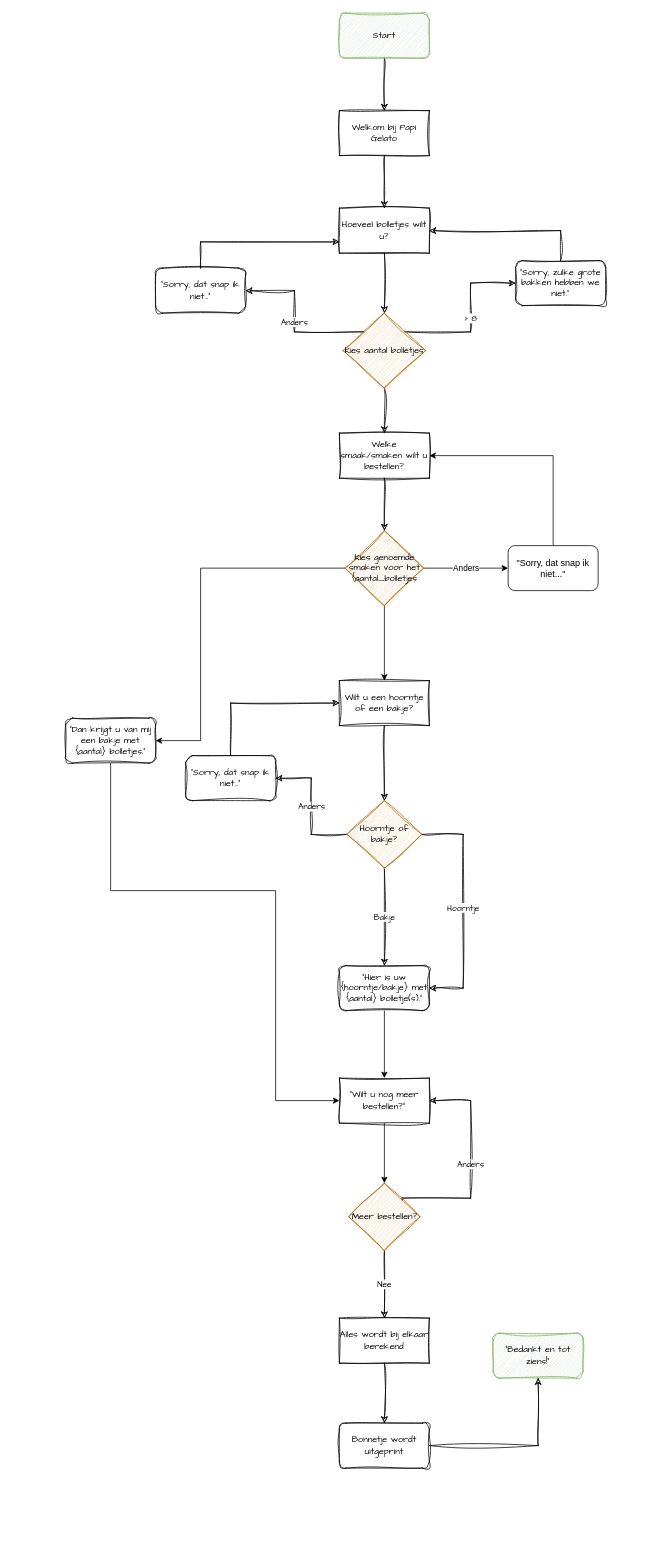
Before: module 3/Proef/Proef - Diagram.drawio in SummerDallison/leren-programmeren, a draw.io diagram. Source tidied: cells renumbered, new cells numbered last; positions are measured from the earlier drawing's top-left corner, leaving out a move shared by most shapes. Both pictures are drawn from the tidied source at 75%, with x=0, y=0 at pixel (65, 13).
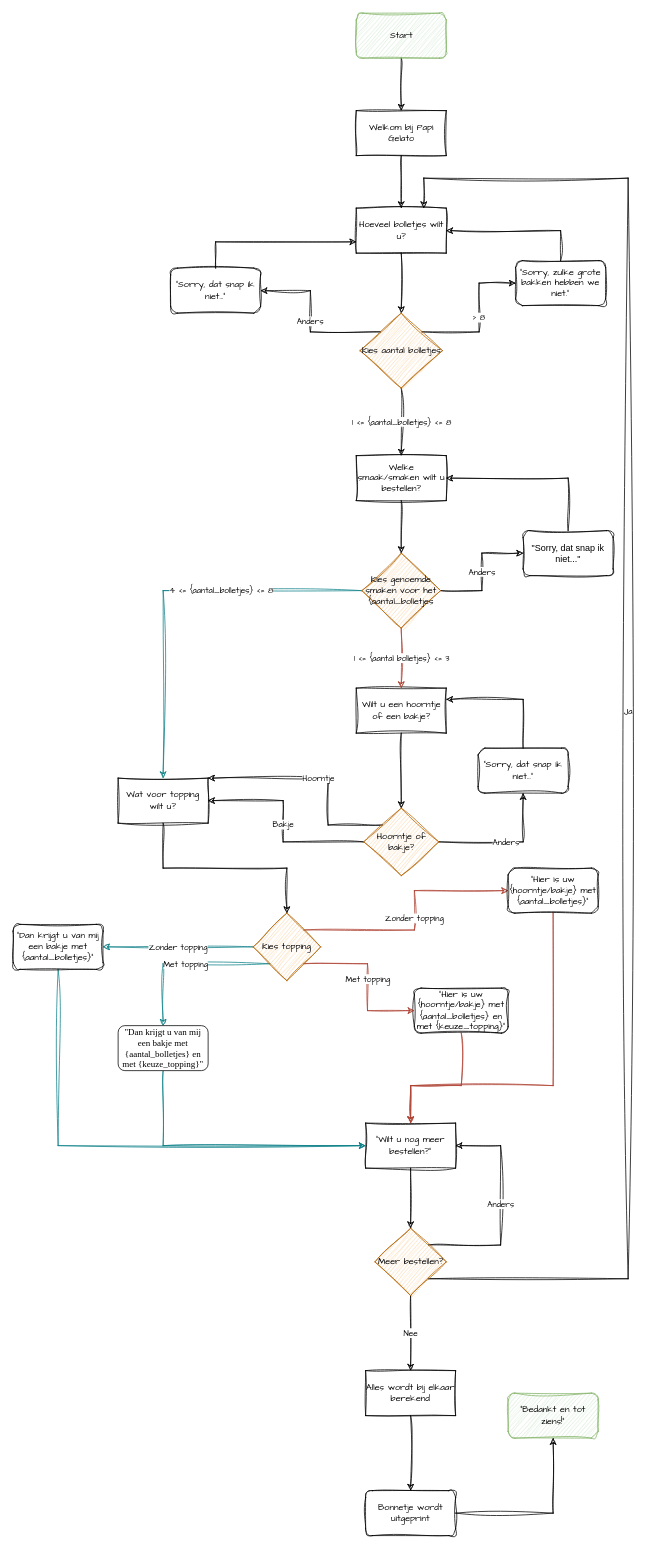
Above is the later version.

Commit message:
Bijgewerkt (feature #03)

The edit, as a diff of the source:
```diff
@@
     <mxCell id="3" value="Start" style="rounded=1;whiteSpace=wrap;html=1;fillColor=#d5e8d4;strokeColor=#82b366;sketch=1;curveFitting=1;jiggle=2;fontFamily=Comic Sans MS;" parent="1" vertex="1">
-      <mxGeometry x="365" width="120" height="60" as="geometry" />
+      <mxGeometry x="387.5" width="120" height="60" as="geometry" />
     </mxCell>
@@
     <mxCell id="5" value="Welkom bij Papi Gelato" style="rounded=0;whiteSpace=wrap;html=1;fillColor=none;sketch=1;curveFitting=1;jiggle=2;fontFamily=Comic Sans MS;" parent="1" vertex="1">
-      <mxGeometry x="365" y="130" width="120" height="60" as="geometry" />
+      <mxGeometry x="387.5" y="130" width="120" height="60" as="geometry" />
     </mxCell>
@@
     <mxCell id="7" value="Hoeveel bolletjes wilt u?" style="rounded=0;whiteSpace=wrap;html=1;fillColor=none;sketch=1;curveFitting=1;jiggle=2;fontFamily=Comic Sans MS;" parent="1" vertex="1">
-      <mxGeometry x="365" y="260" width="120" height="60" as="geometry" />
+      <mxGeometry x="387.5" y="260" width="120" height="60" as="geometry" />
     </mxCell>
@@
-    <mxCell id="10" style="edgeStyle=orthogonalEdgeStyle;rounded=0;jettySize=auto;html=1;exitX=0.5;exitY=1;exitDx=0;exitDy=0;entryX=0.5;entryY=0;entryDx=0;entryDy=0;fillColor=none;sketch=1;curveFitting=1;jiggle=2;" parent="1" edge="1" source="11" target="39">
+    <mxCell id="10" value="1 &amp;lt;= {aantal_bolletjes} &amp;lt;= 8" style="edgeStyle=orthogonalEdgeStyle;rounded=0;jettySize=auto;html=1;exitX=0.5;exitY=1;exitDx=0;exitDy=0;entryX=0.5;entryY=0;entryDx=0;entryDy=0;fillColor=none;sketch=1;curveFitting=1;jiggle=2;fontFamily=Comic Sans MS;" parent="1" edge="1" source="11" target="39">
       <mxGeometry relative="1" as="geometry" />
     </mxCell>
     <mxCell id="11" value="Kies aantal bolletjes" style="rhombus;whiteSpace=wrap;html=1;fillColor=#fad7ac;sketch=1;curveFitting=1;jiggle=2;strokeColor=#b46504;fontFamily=Comic Sans MS;" parent="1" vertex="1">
-      <mxGeometry x="370" y="400" width="110" height="100" as="geometry" />
+      <mxGeometry x="392.5" y="400" width="110" height="100" as="geometry" />
     </mxCell>
@@
     <mxCell id="13" value="Wilt u een hoorntje of een bakje?" style="rounded=0;whiteSpace=wrap;html=1;fillColor=none;sketch=1;curveFitting=1;jiggle=2;fontFamily=Comic Sans MS;" parent="1" vertex="1">
-      <mxGeometry x="365" y="890" width="120" height="60" as="geometry" />
+      <mxGeometry x="387.5" y="900" width="120" height="60" as="geometry" />
     </mxCell>
+    <mxCell id="16" value="Anders" style="edgeStyle=orthogonalEdgeStyle;rounded=0;jettySize=auto;html=1;exitX=1;exitY=0.5;exitDx=0;exitDy=0;entryX=0.5;entryY=1;entryDx=0;entryDy=0;fontFamily=Comic Sans MS;sketch=1;curveFitting=1;jiggle=2;" parent="1" edge="1" source="17" target="27">
+      <mxGeometry relative="1" as="geometry" />
+    </mxCell>
+    <mxCell id="15" value="Hoorntje" style="edgeStyle=orthogonalEdgeStyle;rounded=0;jettySize=auto;html=1;exitX=0;exitY=0;exitDx=0;exitDy=0;entryX=1;entryY=0;entryDx=0;entryDy=0;fontFamily=Comic Sans MS;sketch=1;curveFitting=1;jiggle=2;" parent="1" edge="1" source="17" target="49">
+      <mxGeometry relative="1" as="geometry">
+        <Array as="points">
+          <mxPoint x="350" y="1083" />
+          <mxPoint x="350" y="1020" />
+        </Array>
+      </mxGeometry>
+    </mxCell>
-    <mxCell id="14" value="Bakje" style="edgeStyle=orthogonalEdgeStyle;rounded=0;jettySize=auto;html=1;exitX=0.5;exitY=1;exitDx=0;exitDy=0;entryX=0.5;entryY=0;entryDx=0;entryDy=0;fontFamily=Comic Sans MS;sketch=1;curveFitting=1;jiggle=2;" parent="1" edge="1" source="17" target="25">
-      <mxGeometry relative="1" as="geometry" />
+    <mxCell id="14" value="Bakje" style="edgeStyle=orthogonalEdgeStyle;rounded=0;jettySize=auto;html=1;exitX=0;exitY=0.5;exitDx=0;exitDy=0;entryX=1;entryY=0.5;entryDx=0;entryDy=0;fontFamily=Comic Sans MS;sketch=1;curveFitting=1;jiggle=2;" parent="1" edge="1" source="17" target="49">
+      <mxGeometry relative="1" as="geometry">
+        <Array as="points">
+          <mxPoint x="290" y="1105" />
+          <mxPoint x="290" y="1050" />
+        </Array>
+      </mxGeometry>
     </mxCell>
-    <mxCell id="15" value="Hoorntje" style="edgeStyle=orthogonalEdgeStyle;rounded=0;jettySize=auto;html=1;exitX=1;exitY=0.5;exitDx=0;exitDy=0;entryX=1;entryY=0.5;entryDx=0;entryDy=0;sketch=1;curveFitting=1;jiggle=2;fontFamily=Comic Sans MS;" parent="1" edge="1" source="17" target="25">
-      <mxGeometry relative="1" as="geometry">
-        <Array as="points">
-          <mxPoint x="530" y="1095" />
-          <mxPoint x="530" y="1300" />
-        </Array>
-      </mxGeometry>
-    </mxCell>
-    <mxCell id="16" value="Anders" style="edgeStyle=orthogonalEdgeStyle;rounded=0;jettySize=auto;html=1;exitX=0;exitY=0.5;exitDx=0;exitDy=0;entryX=1;entryY=0.5;entryDx=0;entryDy=0;sketch=1;curveFitting=1;jiggle=2;fontFamily=Comic Sans MS;" parent="1" edge="1" source="17" target="27">
-      <mxGeometry relative="1" as="geometry" />
-    </mxCell>
     <mxCell id="17" value="Hoorntje of bakje?" style="rhombus;whiteSpace=wrap;html=1;fillColor=#fad7ac;sketch=1;curveFitting=1;jiggle=2;fontFamily=Comic Sans MS;strokeColor=#b46504;" parent="1" vertex="1">
-      <mxGeometry x="375" y="1050" width="100" height="90" as="geometry" />
+      <mxGeometry x="397.5" y="1060" width="100" height="90" as="geometry" />
     </mxCell>
-    <mxCell id="18" style="edgeStyle=orthogonalEdgeStyle;rounded=0;jettySize=auto;html=1;exitX=0.5;exitY=1;exitDx=0;exitDy=0;entryX=0;entryY=0.5;entryDx=0;entryDy=0;" parent="1" edge="1" source="19" target="33">
-      <mxGeometry relative="1" as="geometry">
-        <Array as="points">
-          <mxPoint x="60" y="1170" />
-          <mxPoint x="280" y="1170" />
-          <mxPoint x="280" y="1450" />
-        </Array>
-      </mxGeometry>
-    </mxCell>
-    <mxCell id="19" value="&quot;Dan krijgt u van mij een bakje met {aantal} bolletjes.&quot;" style="rounded=1;whiteSpace=wrap;html=1;sketch=1;curveFitting=1;jiggle=2;fillColor=none;fontFamily=Comic Sans MS;" parent="1" vertex="1">
-      <mxGeometry y="940" width="120" height="60" as="geometry" />
-    </mxCell>
@@
     <mxCell id="23" value="&quot;Sorry, dat snap ik niet...&quot;" style="rounded=1;whiteSpace=wrap;html=1;fontFamily=Comic Sans MS;fillColor=none;sketch=1;curveFitting=1;jiggle=2;" parent="1" vertex="1">
-      <mxGeometry x="120" y="340" width="120" height="60" as="geometry" />
+      <mxGeometry x="140" y="340" width="120" height="60" as="geometry" />
     </mxCell>
-    <mxCell id="24" style="edgeStyle=orthogonalEdgeStyle;rounded=0;jettySize=auto;html=1;exitX=0.5;exitY=1;exitDx=0;exitDy=0;entryX=0.5;entryY=0;entryDx=0;entryDy=0;" parent="1" edge="1" source="25" target="33">
-      <mxGeometry relative="1" as="geometry" />
+    <mxCell id="24" style="edgeStyle=orthogonalEdgeStyle;rounded=0;jettySize=auto;html=1;exitX=0.5;exitY=1;exitDx=0;exitDy=0;entryX=0.5;entryY=0;entryDx=0;entryDy=0;fillColor=#fad9d5;strokeColor=#ae4132;sketch=1;curveFitting=1;jiggle=2;" parent="1" edge="1" source="25" target="33">
+      <mxGeometry relative="1" as="geometry">
+        <Array as="points">
+          <mxPoint x="528" y="1430" />
+          <mxPoint x="460" y="1430" />
+        </Array>
+      </mxGeometry>
     </mxCell>
-    <mxCell id="25" value="&quot;Hier is uw {hoorntje/bakje} met {aantal} bolletje(s).&quot;" style="rounded=1;whiteSpace=wrap;html=1;fillColor=none;sketch=1;curveFitting=1;jiggle=2;fontFamily=Comic Sans MS;" parent="1" vertex="1">
-      <mxGeometry x="365" y="1270" width="120" height="60" as="geometry" />
+    <mxCell id="25" value="&quot;Hier is uw {hoorntje/bakje} met {aantal_bolletjes} en met {keuze_topping}&quot;" style="rounded=1;whiteSpace=wrap;html=1;fillColor=none;sketch=1;curveFitting=1;jiggle=2;fontFamily=Comic Sans MS;" parent="1" vertex="1">
+      <mxGeometry x="465" y="1300" width="125" height="60" as="geometry" />
     </mxCell>
-    <mxCell id="26" style="edgeStyle=orthogonalEdgeStyle;rounded=0;jettySize=auto;html=1;exitX=0.5;exitY=0;exitDx=0;exitDy=0;entryX=0;entryY=0.5;entryDx=0;entryDy=0;sketch=1;curveFitting=1;jiggle=2;" parent="1" edge="1" source="27" target="13">
+    <mxCell id="26" style="edgeStyle=orthogonalEdgeStyle;rounded=0;jettySize=auto;html=1;exitX=0.5;exitY=0;exitDx=0;exitDy=0;entryX=1;entryY=0.25;entryDx=0;entryDy=0;sketch=1;curveFitting=1;jiggle=2;" parent="1" edge="1" source="27" target="13">
       <mxGeometry relative="1" as="geometry" />
     </mxCell>
     <mxCell id="27" value="&quot;Sorry, dat snap ik niet...&quot;" style="rounded=1;whiteSpace=wrap;html=1;fillColor=none;sketch=1;curveFitting=1;jiggle=2;fontFamily=Comic Sans MS;" parent="1" vertex="1">
-      <mxGeometry x="160" y="990" width="120" height="60" as="geometry" />
+      <mxGeometry x="550" y="980" width="120" height="60" as="geometry" />
     </mxCell>
     <mxCell id="28" value="Anders" style="edgeStyle=orthogonalEdgeStyle;rounded=0;jettySize=auto;html=1;exitX=1;exitY=0;exitDx=0;exitDy=0;entryX=1;entryY=0.5;entryDx=0;entryDy=0;sketch=1;curveFitting=1;jiggle=2;fontFamily=Comic Sans MS;" parent="1" edge="1" source="30" target="33">
-      <mxGeometry relative="1" as="geometry">
+      <mxGeometry x="0.04" relative="1" as="geometry">
         <Array as="points">
-          <mxPoint x="449" y="1580" />
-          <mxPoint x="540" y="1580" />
-          <mxPoint x="540" y="1450" />
+          <mxPoint x="580" y="1643" />
+          <mxPoint x="580" y="1510" />
         </Array>
+        <mxPoint y="-1" as="offset" />
       </mxGeometry>
     </mxCell>
@@
+    <mxCell id="46" value="Ja" style="edgeStyle=orthogonalEdgeStyle;rounded=0;jettySize=auto;html=1;exitX=1;exitY=1;exitDx=0;exitDy=0;entryX=0.75;entryY=0;entryDx=0;entryDy=0;sketch=1;curveFitting=1;jiggle=2;fontFamily=Comic Sans MS;" parent="1" edge="1" source="30" target="7">
+      <mxGeometry relative="1" as="geometry">
+        <Array as="points">
+          <mxPoint x="750" y="1688" />
+          <mxPoint x="750" y="220" />
+          <mxPoint x="478" y="220" />
+        </Array>
+      </mxGeometry>
+    </mxCell>
     <mxCell id="30" value="Meer bestellen?" style="rhombus;whiteSpace=wrap;html=1;fontFamily=Comic Sans MS;fillColor=#fad7ac;strokeColor=#b46504;shadow=0;rounded=0;sketch=1;curveFitting=1;jiggle=2;" parent="1" vertex="1">
-      <mxGeometry x="377.5" y="1560" width="95" height="90" as="geometry" />
+      <mxGeometry x="412.5" y="1620" width="95" height="90" as="geometry" />
     </mxCell>
     <mxCell id="31" value="&quot;Bedankt en tot ziens!&quot;" style="rounded=1;whiteSpace=wrap;html=1;fillColor=#d5e8d4;fontFamily=Comic Sans MS;strokeColor=#82b366;sketch=1;curveFitting=1;jiggle=2;" parent="1" vertex="1">
-      <mxGeometry x="570" y="1760" width="120" height="60" as="geometry" />
+      <mxGeometry x="590" y="1840" width="120" height="60" as="geometry" />
     </mxCell>
-    <mxCell id="32" style="edgeStyle=orthogonalEdgeStyle;rounded=0;jettySize=auto;html=1;exitX=0.5;exitY=1;exitDx=0;exitDy=0;entryX=0.5;entryY=0;entryDx=0;entryDy=0;" parent="1" edge="1" source="33" target="30">
+    <mxCell id="32" style="edgeStyle=orthogonalEdgeStyle;rounded=0;jettySize=auto;html=1;exitX=0.5;exitY=1;exitDx=0;exitDy=0;entryX=0.5;entryY=0;entryDx=0;entryDy=0;sketch=1;curveFitting=1;jiggle=2;" parent="1" edge="1" source="33" target="30">
       <mxGeometry relative="1" as="geometry" />
     </mxCell>
     <mxCell id="33" value="&quot;Wilt u nog meer bestellen?&quot;" style="rounded=0;whiteSpace=wrap;html=1;fontFamily=Comic Sans MS;fillColor=none;sketch=1;curveFitting=1;jiggle=2;" parent="1" vertex="1">
-      <mxGeometry x="365" y="1420" width="120" height="60" as="geometry" />
+      <mxGeometry x="400" y="1480" width="120" height="60" as="geometry" />
     </mxCell>
@@
     <mxCell id="35" value="Alles wordt bij elkaar berekend" style="rounded=0;whiteSpace=wrap;html=1;fillColor=none;sketch=1;curveFitting=1;jiggle=2;fontFamily=Comic Sans MS;" parent="1" vertex="1">
-      <mxGeometry x="365" y="1740" width="120" height="60" as="geometry" />
+      <mxGeometry x="400" y="1810" width="120" height="60" as="geometry" />
     </mxCell>
@@
     <mxCell id="37" value="Bonnetje wordt uitgeprint" style="rounded=1;whiteSpace=wrap;html=1;fillColor=none;sketch=1;curveFitting=1;jiggle=2;fontFamily=Comic Sans MS;" parent="1" vertex="1">
-      <mxGeometry x="365" y="1880" width="120" height="60" as="geometry" />
+      <mxGeometry x="400" y="1970" width="120" height="60" as="geometry" />
     </mxCell>
@@
     <mxCell id="39" value="Welke smaak/smaken wilt u bestellen?" style="rounded=0;whiteSpace=wrap;html=1;fillColor=none;sketch=1;curveFitting=1;jiggle=2;fontFamily=Comic Sans MS;" parent="1" vertex="1">
-      <mxGeometry x="365" y="560" width="120" height="60" as="geometry" />
+      <mxGeometry x="387.5" y="590" width="120" height="60" as="geometry" />
     </mxCell>
-    <mxCell id="40" style="edgeStyle=orthogonalEdgeStyle;rounded=0;jettySize=auto;html=1;exitX=0.5;exitY=1;exitDx=0;exitDy=0;entryX=0.5;entryY=0;entryDx=0;entryDy=0;" parent="1" edge="1" source="43" target="13">
+    <mxCell id="40" value="1 &amp;lt;= {aantal bolletjes} &amp;lt;= 3" style="edgeStyle=orthogonalEdgeStyle;rounded=0;jettySize=auto;html=1;exitX=0.5;exitY=1;exitDx=0;exitDy=0;entryX=0.5;entryY=0;entryDx=0;entryDy=0;fillColor=#fad9d5;strokeColor=#ae4132;align=center;fontFamily=Comic Sans MS;sketch=1;curveFitting=1;jiggle=2;" parent="1" edge="1" source="43" target="13">
       <mxGeometry relative="1" as="geometry" />
     </mxCell>
-    <mxCell id="41" value="Anders" style="edgeStyle=orthogonalEdgeStyle;rounded=0;jettySize=auto;html=1;exitX=1;exitY=0.5;exitDx=0;exitDy=0;" parent="1" edge="1" source="43" target="45">
+    <mxCell id="41" value="Anders" style="edgeStyle=orthogonalEdgeStyle;rounded=0;jettySize=auto;html=1;exitX=1;exitY=0.5;exitDx=0;exitDy=0;fontFamily=Comic Sans MS;sketch=1;curveFitting=1;jiggle=2;" parent="1" edge="1" source="43" target="45">
       <mxGeometry relative="1" as="geometry" />
     </mxCell>
-    <mxCell id="42" style="edgeStyle=orthogonalEdgeStyle;rounded=0;jettySize=auto;html=1;exitX=0;exitY=0.5;exitDx=0;exitDy=0;" parent="1" edge="1" source="43" target="19">
-      <mxGeometry relative="1" as="geometry">
-        <Array as="points">
-          <mxPoint x="180" y="740" />
-          <mxPoint x="180" y="970" />
-        </Array>
-      </mxGeometry>
-    </mxCell>
+    <mxCell id="47" value="4 &amp;lt;= {aantal_bolletjes} &amp;lt;= 8" style="edgeStyle=orthogonalEdgeStyle;rounded=0;jettySize=auto;html=1;exitX=0;exitY=0.5;exitDx=0;exitDy=0;entryX=0.5;entryY=0;entryDx=0;entryDy=0;fillColor=#b0e3e6;strokeColor=#0e8088;fontFamily=Comic Sans MS;sketch=1;curveFitting=1;jiggle=2;align=left;" parent="1" edge="1" source="43" target="49">
+      <mxGeometry relative="1" as="geometry" />
+    </mxCell>
     <mxCell id="43" value="Kies genoemde smaken voor het {aantal_bolletjes" style="rhombus;whiteSpace=wrap;html=1;fillColor=#fad7ac;strokeColor=#b46504;sketch=1;curveFitting=1;jiggle=2;fontFamily=Comic Sans MS;" parent="1" vertex="1">
-      <mxGeometry x="372.5" y="690" width="105" height="100" as="geometry" />
+      <mxGeometry x="395" y="720" width="105" height="100" as="geometry" />
     </mxCell>
-    <mxCell id="44" style="edgeStyle=orthogonalEdgeStyle;rounded=0;jettySize=auto;html=1;exitX=0.5;exitY=0;exitDx=0;exitDy=0;entryX=1;entryY=0.5;entryDx=0;entryDy=0;" parent="1" edge="1" source="45" target="39">
+    <mxCell id="44" style="edgeStyle=orthogonalEdgeStyle;rounded=0;jettySize=auto;html=1;exitX=0.5;exitY=0;exitDx=0;exitDy=0;entryX=1;entryY=0.5;entryDx=0;entryDy=0;sketch=1;curveFitting=1;jiggle=2;" parent="1" edge="1" source="45" target="39">
       <mxGeometry relative="1" as="geometry" />
     </mxCell>
-    <mxCell id="45" value="&quot;Sorry, dat snap ik niet...&quot;" style="rounded=1;whiteSpace=wrap;html=1;" parent="1" vertex="1">
-      <mxGeometry x="590" y="710" width="120" height="60" as="geometry" />
+    <mxCell id="45" value="&quot;Sorry, dat snap ik niet...&quot;" style="rounded=1;whiteSpace=wrap;html=1;fillColor=none;sketch=1;curveFitting=1;jiggle=2;" parent="1" vertex="1">
+      <mxGeometry x="610" y="690" width="120" height="60" as="geometry" />
     </mxCell>
+    <mxCell id="48" style="edgeStyle=orthogonalEdgeStyle;rounded=0;jettySize=auto;html=1;exitX=0.5;exitY=1;exitDx=0;exitDy=0;sketch=1;curveFitting=1;jiggle=2;" parent="1" edge="1" source="49" target="54">
+      <mxGeometry relative="1" as="geometry" />
+    </mxCell>
+    <mxCell id="49" value="Wat voor topping wilt u?" style="rounded=0;whiteSpace=wrap;html=1;fillColor=none;sketch=1;curveFitting=1;jiggle=2;fontFamily=Comic Sans MS;" parent="1" vertex="1">
+      <mxGeometry x="70" y="1020" width="120" height="60" as="geometry" />
+    </mxCell>
+    <mxCell id="50" value="Zonder topping" style="edgeStyle=orthogonalEdgeStyle;rounded=0;jettySize=auto;html=1;exitX=0;exitY=0.5;exitDx=0;exitDy=0;entryX=1;entryY=0.5;entryDx=0;entryDy=0;fillColor=#b0e3e6;strokeColor=#0e8088;fontFamily=Comic Sans MS;sketch=1;curveFitting=1;jiggle=2;" parent="1" edge="1" source="54" target="56">
+      <mxGeometry relative="1" as="geometry" />
+    </mxCell>
+    <mxCell id="51" value="Met topping" style="edgeStyle=orthogonalEdgeStyle;rounded=0;jettySize=auto;html=1;exitX=0;exitY=1;exitDx=0;exitDy=0;entryX=0.5;entryY=0;entryDx=0;entryDy=0;fillColor=#b0e3e6;strokeColor=#0e8088;fontFamily=Comic Sans MS;sketch=1;curveFitting=1;jiggle=2;" parent="1" edge="1" source="54" target="58">
+      <mxGeometry relative="1" as="geometry">
+        <Array as="points">
+          <mxPoint x="130" y="1267" />
+        </Array>
+      </mxGeometry>
+    </mxCell>
+    <mxCell id="52" value="Zonder topping" style="edgeStyle=orthogonalEdgeStyle;rounded=0;jettySize=auto;html=1;exitX=1;exitY=0;exitDx=0;exitDy=0;entryX=0;entryY=0.5;entryDx=0;entryDy=0;fillColor=#fad9d5;strokeColor=#ae4132;sketch=1;curveFitting=1;jiggle=2;fontFamily=Comic Sans MS;" parent="1" edge="1" source="54" target="60">
+      <mxGeometry relative="1" as="geometry" />
+    </mxCell>
+    <mxCell id="53" value="Met topping" style="edgeStyle=orthogonalEdgeStyle;rounded=0;jettySize=auto;html=1;exitX=1;exitY=1;exitDx=0;exitDy=0;entryX=0;entryY=0.5;entryDx=0;entryDy=0;fillColor=#fad9d5;strokeColor=#ae4132;fontFamily=Comic Sans MS;sketch=1;curveFitting=1;jiggle=2;" parent="1" edge="1" source="54" target="25">
+      <mxGeometry relative="1" as="geometry" />
+    </mxCell>
+    <mxCell id="54" value="Kies topping" style="rhombus;whiteSpace=wrap;html=1;fillColor=#fad7ac;strokeColor=#b46504;sketch=1;curveFitting=1;jiggle=2;fontFamily=Comic Sans MS;" parent="1" vertex="1">
+      <mxGeometry x="250" y="1200" width="90" height="90" as="geometry" />
+    </mxCell>
+    <mxCell id="55" style="edgeStyle=orthogonalEdgeStyle;rounded=0;jettySize=auto;html=1;exitX=0.5;exitY=1;exitDx=0;exitDy=0;entryX=0;entryY=0.5;entryDx=0;entryDy=0;fillColor=#b0e3e6;strokeColor=#0e8088;sketch=1;curveFitting=1;jiggle=2;" parent="1" edge="1" source="56" target="33">
+      <mxGeometry relative="1" as="geometry" />
+    </mxCell>
+    <mxCell id="56" value="&quot;Dan krijgt u van mij een bakje met {aantal_bolletjes}&quot;" style="rounded=1;whiteSpace=wrap;html=1;fontFamily=Comic Sans MS;fillColor=none;shadow=0;sketch=1;curveFitting=1;jiggle=2;" parent="1" vertex="1">
+      <mxGeometry x="-70" y="1215" width="120" height="60" as="geometry" />
+    </mxCell>
+    <mxCell id="57" style="edgeStyle=orthogonalEdgeStyle;rounded=0;jettySize=auto;html=1;exitX=0.5;exitY=1;exitDx=0;exitDy=0;entryX=0;entryY=0.5;entryDx=0;entryDy=0;fillColor=#b0e3e6;strokeColor=#0e8088;sketch=1;curveFitting=1;jiggle=2;" parent="1" edge="1" source="58" target="33">
+      <mxGeometry relative="1" as="geometry" />
+    </mxCell>
+    <mxCell id="58" value="&quot;Dan krijgt u van mij een bakje met {aantal_bolletjes} en met {keuze_topping}&quot;" style="rounded=1;whiteSpace=wrap;html=1;fontFamily=Times New Roman;" parent="1" vertex="1">
+      <mxGeometry x="70" y="1350" width="120" height="60" as="geometry" />
+    </mxCell>
+    <mxCell id="59" style="edgeStyle=orthogonalEdgeStyle;rounded=0;jettySize=auto;html=1;exitX=0.5;exitY=1;exitDx=0;exitDy=0;entryX=0.5;entryY=0;entryDx=0;entryDy=0;fillColor=#fad9d5;strokeColor=#ae4132;sketch=1;curveFitting=1;jiggle=2;" parent="1" edge="1" source="60" target="33">
+      <mxGeometry relative="1" as="geometry">
+        <Array as="points">
+          <mxPoint x="650" y="1430" />
+          <mxPoint x="460" y="1430" />
+        </Array>
+      </mxGeometry>
+    </mxCell>
+    <mxCell id="60" value="&quot;Hier is uw {hoorntje/bakje} met {aantal_bolletjes}&quot;" style="rounded=1;whiteSpace=wrap;html=1;fontFamily=Comic Sans MS;sketch=1;curveFitting=1;jiggle=2;" parent="1" vertex="1">
+      <mxGeometry x="590" y="1140" width="120" height="60" as="geometry" />
+    </mxCell>
```
